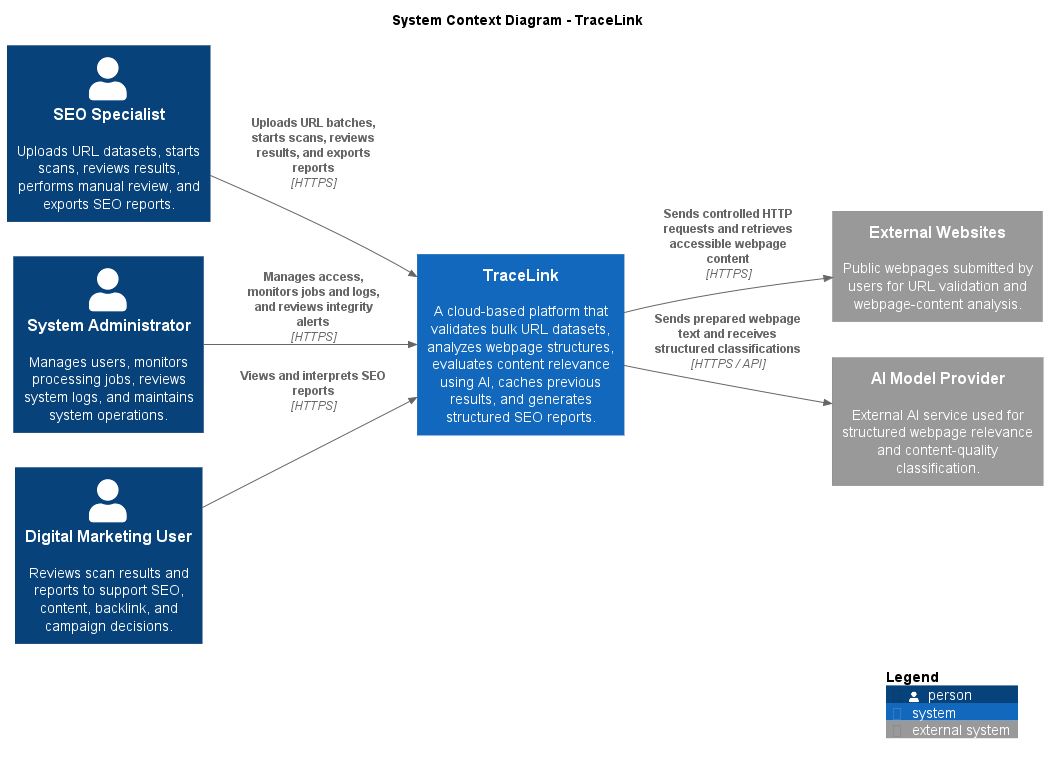
This is docs/c4/images/system-context.png from APC-SoCIT/APC-2026-2027-T1-SF241-Grp-3-Dark-Triad-TRACELINK-AI-Assisted-Platform, a PlantUML export, as it was before one commit.
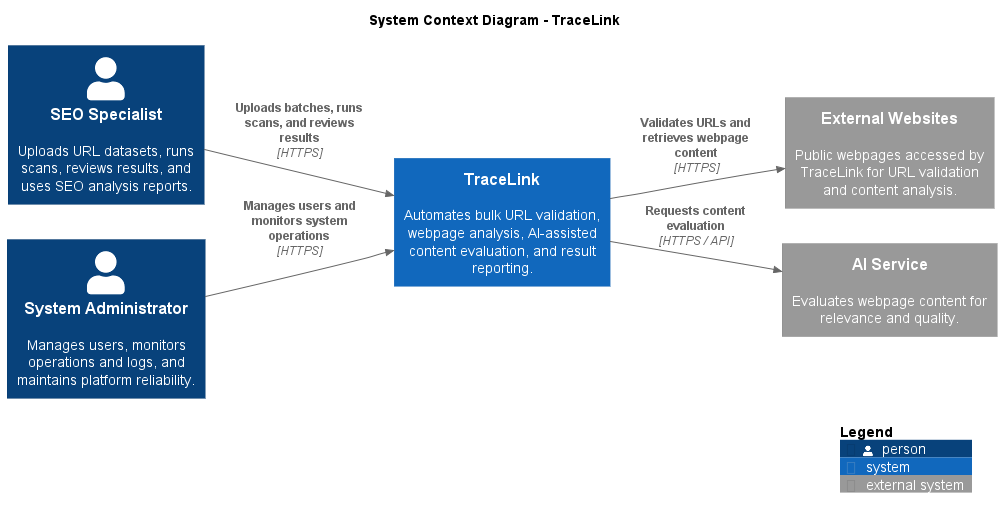
After the change.

Commit message:
Update TraceLink system context diagram

The edit, as a diff of the source:
```diff
@@ -6,27 +6,23 @@
 
 title System Context Diagram - TraceLink
 
-Person(seoSpecialist, "SEO Specialist", "Uploads URL datasets, starts scans, reviews results, performs manual review, and exports SEO reports.")
+Person(seoSpecialist, "SEO Specialist", "Uploads URL datasets, runs scans, reviews results, and uses SEO analysis reports.")
 
-Person(systemAdmin, "System Administrator", "Manages users, monitors processing jobs, reviews system logs, and maintains system operations.")
+Person(systemAdmin, "System Administrator", "Manages users, monitors operations and logs, and maintains platform reliability.")
 
-Person(marketingUser, "Digital Marketing User", "Reviews scan results and reports to support SEO, content, backlink, and campaign decisions.")
+System(traceLink, "TraceLink", "Automates bulk URL validation, webpage analysis, AI-assisted content evaluation, and result reporting.")
 
-System(traceLink, "TraceLink", "A cloud-based platform that validates bulk URL datasets, analyzes webpage structures, evaluates content relevance using AI, caches previous results, and generates structured SEO reports.")
+System_Ext(externalWebsites, "External Websites", "Public webpages accessed by TraceLink for URL validation and content analysis.")
 
-System_Ext(targetWebsites, "External Websites", "Public webpages submitted by users for URL validation and webpage-content analysis.")
+System_Ext(aiService, "AI Service", "Evaluates webpage content for relevance and quality.")
 
-System_Ext(aiProvider, "AI Model Provider", "External AI service used for structured webpage relevance and content-quality classification.")
+Rel(seoSpecialist, traceLink, "Uploads batches, runs scans, and reviews results", "HTTPS")
 
-Rel(seoSpecialist, traceLink, "Uploads URL batches, starts scans, reviews results, and exports reports", "HTTPS")
+Rel(systemAdmin, traceLink, "Manages users and monitors system operations", "HTTPS")
 
-Rel(systemAdmin, traceLink, "Manages access, monitors jobs and logs, and reviews integrity alerts", "HTTPS")
+Rel(traceLink, externalWebsites, "Validates URLs and retrieves webpage content", "HTTPS")
 
-Rel(marketingUser, traceLink, "Views and interprets SEO reports", "HTTPS")
-
-Rel(traceLink, targetWebsites, "Sends controlled HTTP requests and retrieves accessible webpage content", "HTTPS")
-
-Rel(traceLink, aiProvider, "Sends prepared webpage text and receives structured classifications", "HTTPS / API")
+Rel(traceLink, aiService, "Requests content evaluation", "HTTPS / API")
 
 SHOW_LEGEND()
 
```
